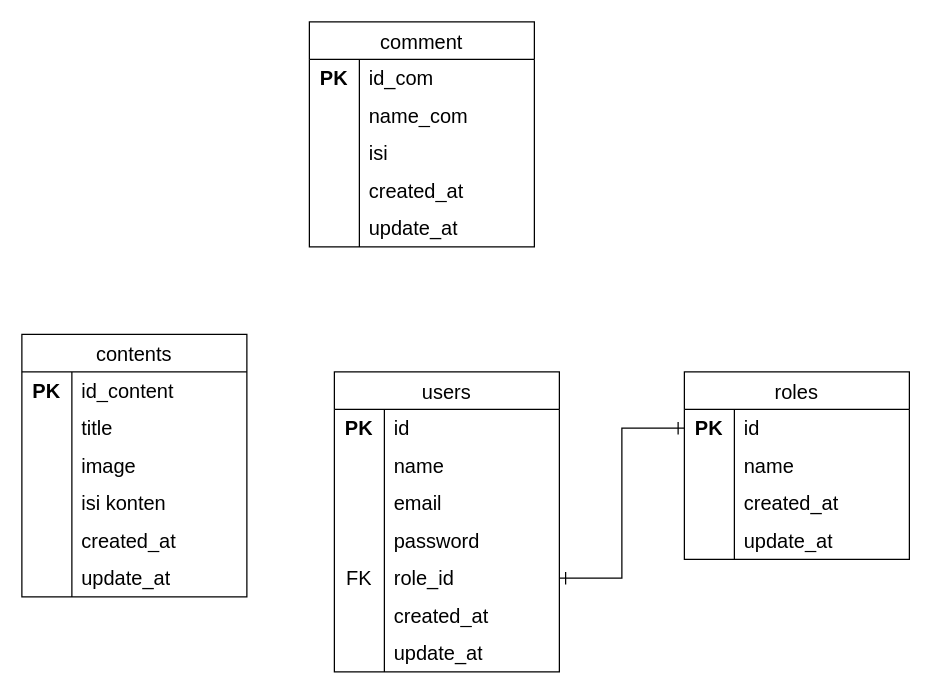
This is Diagram Tanpa Judul.drawio from MzXax1/Planding, a draw.io file, before an edit. Source tidied: cells renumbered, new cells numbered last; positions are measured from the earlier drawing's top-left corner, leaving out a move shared by most shapes. Both pictures are drawn from the tidied source at 125%, with x=0, y=0 at pixel (21, 21).
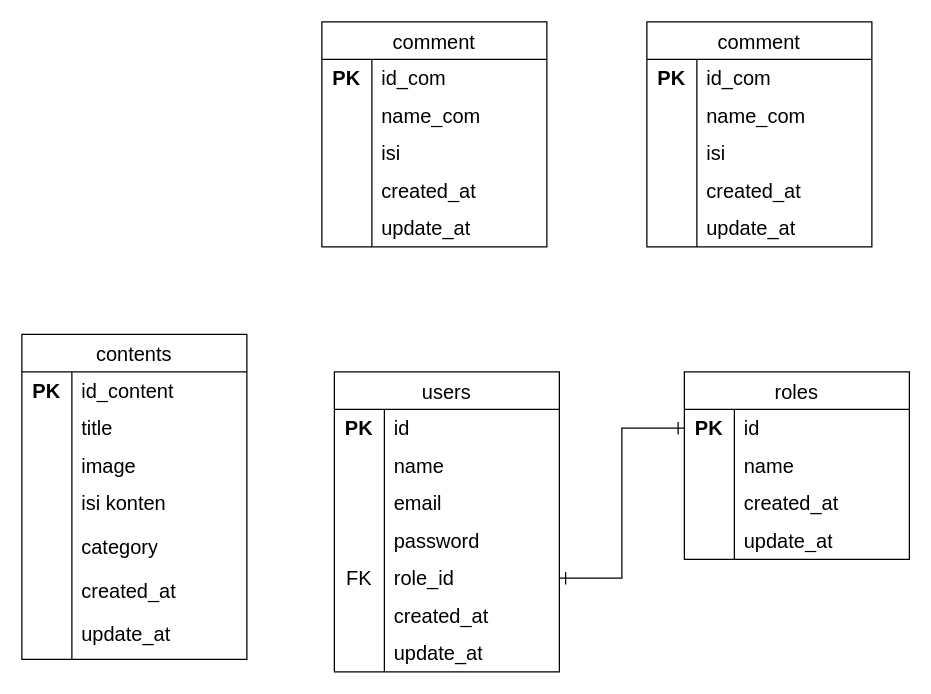
After the change.

Change to the diagram source:
```diff
@@
     <mxCell id="38" value="contents" style="shape=table;startSize=30;childLayout=tableLayout;rowLines=0;fontStyle=0;strokeColor=default;fontSize=16;" parent="1" vertex="1">
-      <mxGeometry y="250" width="180" height="210" as="geometry" />
+      <mxGeometry y="250" width="180" height="260" as="geometry" />
     </mxCell>
-    <mxCell id="39" style="shape=tableRow;horizontal=0;startSize=0;swimlaneHead=0;swimlaneBody=0;top=0;left=0;bottom=0;right=0;fillColor=none;strokeColor=inherit;fontSize=16;" parent="38" vertex="1">
+    <mxCell id="39" style="shape=tableRow;horizontal=0;startSize=0;swimlaneHead=0;swimlaneBody=0;top=0;left=0;bottom=0;right=0;fillColor=none;strokeColor=inherit;fontSize=16;verticalAlign=bottom;" parent="38" vertex="1">
       <mxGeometry y="30" width="180" height="30" as="geometry" />
     </mxCell>
@@
+    <mxCell id="73" style="shape=tableRow;horizontal=0;startSize=0;swimlaneHead=0;swimlaneBody=0;top=0;left=0;bottom=0;right=0;fillColor=none;strokeColor=inherit;fontSize=16;" parent="38" vertex="1">
+      <mxGeometry y="150" width="180" height="40" as="geometry" />
+    </mxCell>
+    <mxCell id="74" style="shape=partialRectangle;html=1;whiteSpace=wrap;fillColor=none;top=0;left=0;bottom=0;right=0;overflow=hidden;strokeColor=inherit;fontSize=16;" parent="73" vertex="1">
+      <mxGeometry width="40" height="40" as="geometry" />
+    </mxCell>
+    <mxCell id="75" value="category" style="shape=partialRectangle;html=1;whiteSpace=wrap;fillColor=none;top=0;left=0;bottom=0;right=0;align=left;spacingLeft=6;overflow=hidden;strokeColor=inherit;fontSize=16;" parent="73" vertex="1">
+      <mxGeometry x="40" width="140" height="40" as="geometry" />
+    </mxCell>
     <mxCell id="51" style="shape=tableRow;horizontal=0;startSize=0;swimlaneHead=0;swimlaneBody=0;top=0;left=0;bottom=0;right=0;fillColor=none;strokeColor=inherit;fontSize=16;" parent="38" vertex="1">
-      <mxGeometry y="150" width="180" height="30" as="geometry" />
+      <mxGeometry y="190" width="180" height="30" as="geometry" />
     </mxCell>
@@
     <mxCell id="54" style="shape=tableRow;horizontal=0;startSize=0;swimlaneHead=0;swimlaneBody=0;top=0;left=0;bottom=0;right=0;fillColor=none;strokeColor=inherit;fontSize=16;" parent="38" vertex="1">
-      <mxGeometry y="180" width="180" height="30" as="geometry" />
+      <mxGeometry y="220" width="180" height="40" as="geometry" />
     </mxCell>
     <mxCell id="55" style="shape=partialRectangle;html=1;whiteSpace=wrap;fillColor=none;top=0;left=0;bottom=0;right=0;overflow=hidden;strokeColor=inherit;fontSize=16;" parent="54" vertex="1">
-      <mxGeometry width="40" height="30" as="geometry" />
+      <mxGeometry width="40" height="40" as="geometry" />
     </mxCell>
     <mxCell id="56" value="update_at" style="shape=partialRectangle;html=1;whiteSpace=wrap;fillColor=none;top=0;left=0;bottom=0;right=0;align=left;spacingLeft=6;overflow=hidden;strokeColor=inherit;fontSize=16;" parent="54" vertex="1">
-      <mxGeometry x="40" width="140" height="30" as="geometry" />
+      <mxGeometry x="40" width="140" height="40" as="geometry" />
     </mxCell>
     <mxCell id="57" value="comment" style="shape=table;startSize=30;childLayout=tableLayout;rowLines=0;fontStyle=0;strokeColor=default;fontSize=16;" parent="1" vertex="1">
-      <mxGeometry x="230" width="180" height="180" as="geometry" />
+      <mxGeometry x="240" width="180" height="180" as="geometry" />
     </mxCell>
@@
+    <mxCell id="76" value="comment" style="shape=table;startSize=30;childLayout=tableLayout;rowLines=0;fontStyle=0;strokeColor=default;fontSize=16;" parent="1" vertex="1">
+      <mxGeometry x="500" width="180" height="180" as="geometry" />
+    </mxCell>
+    <mxCell id="77" style="shape=tableRow;horizontal=0;startSize=0;swimlaneHead=0;swimlaneBody=0;top=0;left=0;bottom=0;right=0;fillColor=none;strokeColor=inherit;fontSize=16;" parent="76" vertex="1">
+      <mxGeometry y="30" width="180" height="30" as="geometry" />
+    </mxCell>
+    <mxCell id="78" value="&lt;b&gt;PK&lt;/b&gt;" style="shape=partialRectangle;html=1;whiteSpace=wrap;fillColor=none;top=0;left=0;bottom=0;right=0;overflow=hidden;strokeColor=inherit;fontSize=16;" parent="77" vertex="1">
+      <mxGeometry width="40" height="30" as="geometry" />
+    </mxCell>
+    <mxCell id="79" value="id_com" style="shape=partialRectangle;html=1;whiteSpace=wrap;fillColor=none;top=0;left=0;bottom=0;right=0;align=left;spacingLeft=6;overflow=hidden;strokeColor=inherit;fontSize=16;" parent="77" vertex="1">
+      <mxGeometry x="40" width="140" height="30" as="geometry" />
+    </mxCell>
+    <mxCell id="80" style="shape=tableRow;horizontal=0;startSize=0;swimlaneHead=0;swimlaneBody=0;top=0;left=0;bottom=0;right=0;fillColor=none;strokeColor=inherit;fontSize=16;" parent="76" vertex="1">
+      <mxGeometry y="60" width="180" height="30" as="geometry" />
+    </mxCell>
+    <mxCell id="81" style="shape=partialRectangle;html=1;whiteSpace=wrap;fillColor=none;top=0;left=0;bottom=0;right=0;overflow=hidden;strokeColor=inherit;fontSize=16;" parent="80" vertex="1">
+      <mxGeometry width="40" height="30" as="geometry" />
+    </mxCell>
+    <mxCell id="82" value="name_com" style="shape=partialRectangle;html=1;whiteSpace=wrap;fillColor=none;top=0;left=0;bottom=0;right=0;align=left;spacingLeft=6;overflow=hidden;strokeColor=inherit;fontSize=16;" parent="80" vertex="1">
+      <mxGeometry x="40" width="140" height="30" as="geometry" />
+    </mxCell>
+    <mxCell id="83" style="shape=tableRow;horizontal=0;startSize=0;swimlaneHead=0;swimlaneBody=0;top=0;left=0;bottom=0;right=0;fillColor=none;strokeColor=inherit;fontSize=16;" parent="76" vertex="1">
+      <mxGeometry y="90" width="180" height="30" as="geometry" />
+    </mxCell>
+    <mxCell id="84" style="shape=partialRectangle;html=1;whiteSpace=wrap;fillColor=none;top=0;left=0;bottom=0;right=0;overflow=hidden;strokeColor=inherit;fontSize=16;" parent="83" vertex="1">
+      <mxGeometry width="40" height="30" as="geometry" />
+    </mxCell>
+    <mxCell id="85" value="isi" style="shape=partialRectangle;html=1;whiteSpace=wrap;fillColor=none;top=0;left=0;bottom=0;right=0;align=left;spacingLeft=6;overflow=hidden;strokeColor=inherit;fontSize=16;" parent="83" vertex="1">
+      <mxGeometry x="40" width="140" height="30" as="geometry" />
+    </mxCell>
+    <mxCell id="86" style="shape=tableRow;horizontal=0;startSize=0;swimlaneHead=0;swimlaneBody=0;top=0;left=0;bottom=0;right=0;fillColor=none;strokeColor=inherit;fontSize=16;" parent="76" vertex="1">
+      <mxGeometry y="120" width="180" height="30" as="geometry" />
+    </mxCell>
+    <mxCell id="87" style="shape=partialRectangle;html=1;whiteSpace=wrap;fillColor=none;top=0;left=0;bottom=0;right=0;overflow=hidden;strokeColor=inherit;fontSize=16;" parent="86" vertex="1">
+      <mxGeometry width="40" height="30" as="geometry" />
+    </mxCell>
+    <mxCell id="88" value="created_at" style="shape=partialRectangle;html=1;whiteSpace=wrap;fillColor=none;top=0;left=0;bottom=0;right=0;align=left;spacingLeft=6;overflow=hidden;strokeColor=inherit;fontSize=16;" parent="86" vertex="1">
+      <mxGeometry x="40" width="140" height="30" as="geometry" />
+    </mxCell>
+    <mxCell id="89" style="shape=tableRow;horizontal=0;startSize=0;swimlaneHead=0;swimlaneBody=0;top=0;left=0;bottom=0;right=0;fillColor=none;strokeColor=inherit;fontSize=16;" parent="76" vertex="1">
+      <mxGeometry y="150" width="180" height="30" as="geometry" />
+    </mxCell>
+    <mxCell id="90" style="shape=partialRectangle;html=1;whiteSpace=wrap;fillColor=none;top=0;left=0;bottom=0;right=0;overflow=hidden;strokeColor=inherit;fontSize=16;" parent="89" vertex="1">
+      <mxGeometry width="40" height="30" as="geometry" />
+    </mxCell>
+    <mxCell id="91" value="update_at" style="shape=partialRectangle;html=1;whiteSpace=wrap;fillColor=none;top=0;left=0;bottom=0;right=0;align=left;spacingLeft=6;overflow=hidden;strokeColor=inherit;fontSize=16;" parent="89" vertex="1">
+      <mxGeometry x="40" width="140" height="30" as="geometry" />
+    </mxCell>
```
